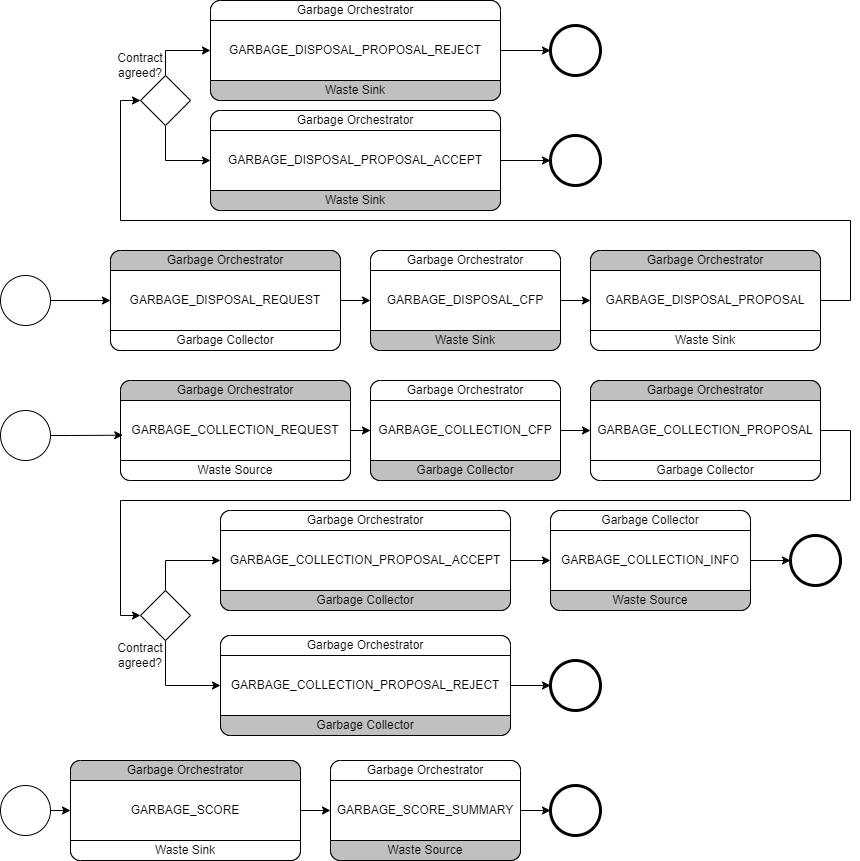
SwirtaB/AASD_CityWasteAgentSystem keeps this draw.io diagram as diagrams/Choreografia.drawio.png. Above is the earlier version. Source tidied: cells renumbered, new cells last; positions are measured from the earlier drawing's top-left corner, leaving out a move shared by most shapes.
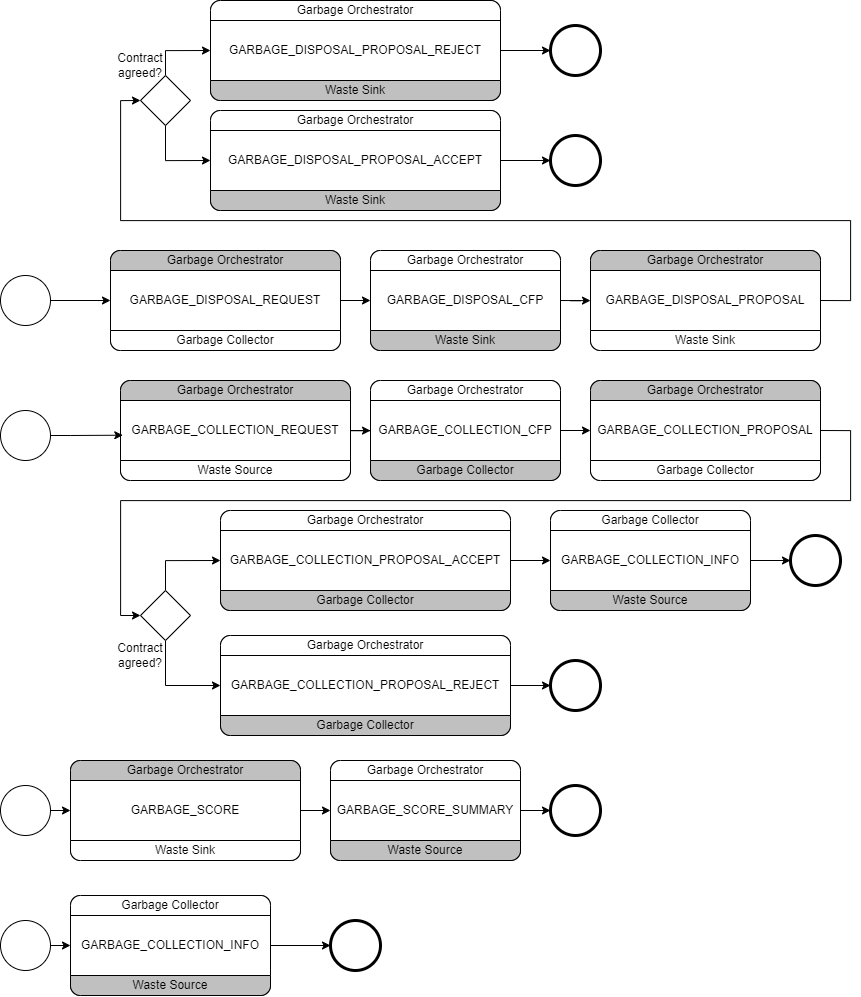
After the change.

Commit message:
choreografia poprawka

Diff of the diagram source:
```diff
@@ -276,5 +276,29 @@
     <mxCell id="85" style="edgeStyle=orthogonalEdgeStyle;rounded=0;jettySize=auto;html=1;exitX=1;exitY=0.5;exitDx=0;exitDy=0;entryX=0;entryY=0.5;entryDx=0;entryDy=0;entryPerimeter=0;" parent="1" edge="1" source="81" target="29">
       <mxGeometry relative="1" as="geometry" />
     </mxCell>
+    <mxCell id="86" style="points=[[0.145,0.145,0],[0.5,0,0],[0.855,0.145,0],[1,0.5,0],[0.855,0.855,0],[0.5,1,0],[0.145,0.855,0],[0,0.5,0]];shape=mxgraph.bpmn.event;html=1;verticalLabelPosition=bottom;labelBackgroundColor=#ffffff;verticalAlign=top;align=center;perimeter=ellipsePerimeter;outlineConnect=0;outline=end;symbol=terminate2;" parent="1" vertex="1">
+      <mxGeometry x="330" y="920" width="50" height="50" as="geometry" />
+    </mxCell>
+    <mxCell id="87" style="edgeStyle=orthogonalEdgeStyle;rounded=0;jettySize=auto;html=1;exitX=1;exitY=0.5;exitDx=0;exitDy=0;entryX=0;entryY=0.5;entryDx=0;entryDy=0;entryPerimeter=0;" parent="1" edge="1" source="88" target="86">
+      <mxGeometry relative="1" as="geometry" />
+    </mxCell>
+    <mxCell id="88" style="rounded=1;whiteSpace=wrap;html=1;absoluteArcSize=1;arcSize=20;horizontal=1;" parent="1" vertex="1">
+      <mxGeometry x="70" y="895" width="200" height="100" as="geometry" />
+    </mxCell>
+    <mxCell id="89" value="Garbage Collector" style="whiteSpace=wrap;html=1;shape=mxgraph.basic.rect;size=10;rectStyle=rounded;bottomRightStyle=square;bottomLeftStyle=square;" parent="88" vertex="1">
+      <mxGeometry width="200" height="20" as="geometry" />
+    </mxCell>
+    <mxCell id="90" value="&lt;div style=&quot;text-align: left;&quot;&gt;&lt;font style=&quot;font-size: 12px;&quot;&gt;GARBAGE_COLLECTION_INFO&lt;/font&gt;&lt;/div&gt;&lt;span style=&quot;accent-color: auto; place-content: normal; place-items: normal; place-self: auto; alignment-baseline: auto; animation: 0s ease 0s 1 normal none running none; animation-composition: replace; app-region: none; appearance: none; aspect-ratio: auto; backdrop-filter: none; backface-visibility: visible; background: none 0% 0% / auto repeat scroll padding-box border-box rgba(0, 0, 0, 0); background-blend-mode: normal; baseline-shift: 0px; baseline-source: auto; border-image: none 100% / 1 / 0 stretch; border-color: rgb(0, 0, 0); border-collapse: separate; border-end-end-radius: 0px; border-end-start-radius: 0px; border-width: 0px; border-style: none; border-spacing: 0px; border-start-end-radius: 0px; border-start-start-radius: 0px; border-radius: 0px; inset: auto; box-shadow: none; box-sizing: content-box; break-after: auto; break-before: auto; break-inside: auto; buffered-rendering: auto; caption-side: top; caret-color: rgb(0, 0, 0); clear: none; clip: auto; clip-path: none; clip-rule: nonzero; color-interpolation: srgb; color-interpolation-filters: linearrgb; color-rendering: auto; color-scheme: normal; columns: auto; column-fill: balance; gap: normal; column-rule: 0px rgb(0, 0, 0); column-span: none; contain: none; contain-intrinsic-block-size: none; contain-intrinsic-size: none; contain-intrinsic-inline-size: none; container: none; content: normal; content-visibility: visible; counter-increment: none; counter-reset: none; counter-set: none; cursor: text; cx: 0px; cy: 0px; d: none; direction: ltr; display: inline; dominant-baseline: auto; empty-cells: show; fill: rgb(0, 0, 0); fill-opacity: 1; fill-rule: nonzero; filter: none; flex: 0 1 auto; flex-flow: row; float: none; flood-color: rgb(0, 0, 0); flood-opacity: 1; font-family: WordVisi_MSFontService, Consolas, Consolas_EmbeddedFont, Consolas_MSFontService, monospace; font-feature-settings: normal; font-kerning: none; font-optical-sizing: auto; font-palette: normal; font-size: 14.6667px; font-stretch: 100%; font-synthesis: weight style small-caps; font-variant-ligatures: no-common-ligatures no-discretionary-ligatures no-historical-ligatures no-contextual; font-variant-numeric: normal; font-variant-east-asian: normal; font-variant-alternates: normal; font-variant-position: normal; font-variation-settings: normal; font-weight: 700; forced-color-adjust: auto; grid-area: auto; grid: none; height: auto; hyphenate-character: auto; hyphenate-limit-chars: auto; hyphens: manual; image-orientation: from-image; image-rendering: auto; initial-letter: normal; inline-size: auto; inset-block: auto; inset-inline: auto; isolation: auto; lighting-color: rgb(255, 255, 255); line-break: auto; line-height: 18.3458px; list-style: outside none disc; margin: 0px; marker: none; mask: none; mask-type: luminance; math-depth: 0; math-shift: normal; math-style: normal; max-height: none; max-width: none; min-height: 0px; min-width: 0px; mix-blend-mode: normal; object-fit: fill; object-position: 50% 50%; object-view-box: none; offset: normal; opacity: 1; order: 0; outline: rgb(0, 0, 0) none 0px; outline-offset: 0px; overflow: visible; overflow-anchor: auto; overflow-clip-margin: 0px; overflow-wrap: break-word; overlay: none; overscroll-behavior-block: auto; overscroll-behavior-inline: auto; overscroll-behavior: auto; padding: 0px; page: auto; paint-order: normal; perspective: none; perspective-origin: 0px 0px; pointer-events: auto; position: static; quotes: auto; r: 0px; resize: none; rotate: none; ruby-position: over; rx: auto; ry: auto; scale: none; scroll-behavior: auto; scroll-margin-block: 0px; scroll-margin: 0px; scroll-margin-inline: 0px; scroll-padding-block: auto; scroll-padding: auto; scroll-padding-inline: auto; scroll-snap-align: none; scroll-snap-stop: normal; scroll-snap-type: none; scroll-timeline: none; scrollbar-gutter: auto; shape-image-threshold: 0; shape-margin: 0px; shape-outside: none; shape-rendering: auto; speak: normal; stop-color: rgb(0, 0, 0); stop-opacity: 1; stroke: none; stroke-dasharray: none; stroke-dashoffset: 0px; stroke-linecap: butt; stroke-linejoin: miter; stroke-miterlimit: 4; stroke-opacity: 1; stroke-width: 1px; tab-size: 8; table-layout: auto; text-align: left; text-align-last: auto; text-anchor: start; text-combine-upright: none; text-decoration-style: solid; text-decoration-color: rgb(0, 0, 0); text-decoration-skip-ink: auto; text-emphasis: none rgb(0, 0, 0); text-emphasis-position: over; text-orientation: mixed; text-overflow: clip; text-rendering: auto; text-shadow: none; text-size-adjust: auto; text-underline-offset: auto; text-underline-position: auto; timeline-scope: none; touch-action: auto; transform: none; transform-box: view-box; transform-origin: 0px 0px; transform-style: flat; transition: all 0s ease 0s; translate: none; unicode-bidi: normal; user-select: text; vector-effect: none; vertical-align: baseline; view-timeline: none; view-transition-name: none; visibility: visible; border-block-end: 0px none rgb(0, 0, 0); border-block-start: 0px none rgb(0, 0, 0); border-inline-end: 0px none rgb(0, 0, 0); -webkit-border-image: none; border-inline-start: 0px none rgb(0, 0, 0); -webkit-box-align: stretch; -webkit-box-decoration-break: slice; -webkit-box-direction: normal; -webkit-box-flex: 0; -webkit-box-ordinal-group: 1; -webkit-box-orient: horizontal; -webkit-box-pack: start; -webkit-font-smoothing: auto; -webkit-line-break: auto; -webkit-locale: &amp;quot;pl-PL&amp;quot;; block-size: auto; margin-block: 0px; margin-inline: 0px; -webkit-mask-box-image-source: none; -webkit-mask-box-image-slice: 0 fill; -webkit-mask-box-image-width: auto; -webkit-mask-box-image-outset: 0; -webkit-mask-box-image-repeat: stretch; -webkit-mask: none 0% 0% / auto repeat border-box border-box; -webkit-mask-composite: source-over; max-block-size: none; max-inline-size: none; min-block-size: 0px; min-inline-size: 0px; padding-block: 0px; padding-inline: 0px; -webkit-print-color-adjust: economy; -webkit-rtl-ordering: logical; -webkit-ruby-position: before; -webkit-tap-highlight-color: rgba(0, 0, 0, 0); -webkit-text-combine: none; -webkit-text-fill-color: rgb(0, 0, 0); -webkit-text-orientation: vertical-right; -webkit-text-security: none; -webkit-text-stroke-color: rgb(0, 0, 0); -webkit-user-drag: none; -webkit-user-modify: read-only; -webkit-writing-mode: horizontal-tb; width: auto; will-change: auto; word-break: normal; writing-mode: horizontal-tb; x: 0px; y: 0px; z-index: auto; zoom: 1;&quot; class=&quot;TextRun SCXW112546602 BCX0&quot; lang=&quot;PL-PL&quot; data-contrast=&quot;auto&quot;&gt;&lt;/span&gt;" style="shape=mxgraph.bpmn.task;taskMarker=abstract;whiteSpace=wrap;html=1;" parent="88" vertex="1">
+      <mxGeometry y="20" width="200" height="60" as="geometry" />
+    </mxCell>
+    <mxCell id="91" value="Waste Source" style="whiteSpace=wrap;html=1;shape=mxgraph.basic.rect;size=10;rectStyle=rounded;topRightStyle=square;topLeftStyle=square;fillColor=#C0C0C0;" parent="88" vertex="1">
+      <mxGeometry y="80" width="200" height="20" as="geometry" />
+    </mxCell>
+    <mxCell id="92" style="edgeStyle=orthogonalEdgeStyle;rounded=0;jettySize=auto;html=1;exitX=1;exitY=0.5;exitDx=0;exitDy=0;exitPerimeter=0;entryX=0;entryY=0.5;entryDx=0;entryDy=0;" parent="1" edge="1" source="93" target="88">
+      <mxGeometry relative="1" as="geometry" />
+    </mxCell>
+    <mxCell id="93" style="points=[[0.145,0.145,0],[0.5,0,0],[0.855,0.145,0],[1,0.5,0],[0.855,0.855,0],[0.5,1,0],[0.145,0.855,0],[0,0.5,0]];shape=mxgraph.bpmn.event;html=1;verticalLabelPosition=bottom;labelBackgroundColor=#ffffff;verticalAlign=top;align=center;perimeter=ellipsePerimeter;outlineConnect=0;outline=standard;symbol=general;" parent="1" vertex="1">
+      <mxGeometry y="920" width="50" height="50" as="geometry" />
+    </mxCell>
   </root>
 </mxGraphModel>
```
